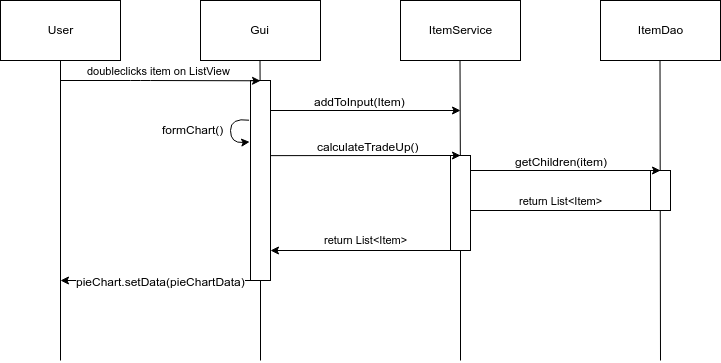
Above: dokumentaatio/tradeupCalculation.png in viljamiLatvala/CS-GO-Trade-Up-Calculator (draw.io), before the change. Source tidied: cells renumbered, new cells last; positions are measured from the earlier drawing's top-left corner, leaving out a move shared by most shapes. The source it was exported from:
```xml
<mxGraphModel>
  <root>
    <mxCell id="0" />
    <mxCell id="1" parent="0" />
    <mxCell id="2" value="User" style="rounded=0;whiteSpace=wrap;html=1;" parent="1" vertex="1">
      <mxGeometry width="120" height="60" as="geometry" />
    </mxCell>
    <mxCell id="3" value="Gui" style="rounded=0;whiteSpace=wrap;html=1;" parent="1" vertex="1">
      <mxGeometry x="200" width="120" height="60" as="geometry" />
    </mxCell>
    <mxCell id="4" value="ItemService" style="rounded=0;whiteSpace=wrap;html=1;" parent="1" vertex="1">
      <mxGeometry x="400" width="120" height="60" as="geometry" />
    </mxCell>
    <mxCell id="5" value="ItemDao" style="rounded=0;whiteSpace=wrap;html=1;" parent="1" vertex="1">
      <mxGeometry x="600" width="120" height="60" as="geometry" />
    </mxCell>
    <mxCell id="6" style="endArrow=none;html=1;" parent="1" edge="1">
      <mxGeometry relative="1" as="geometry">
        <mxPoint x="60" y="360" as="sourcePoint" />
        <mxPoint x="60" y="60" as="targetPoint" />
      </mxGeometry>
    </mxCell>
    <mxCell id="7" style="endArrow=none;html=1;" parent="1" edge="1" source="18">
      <mxGeometry relative="1" as="geometry">
        <mxPoint x="259.5" y="60" as="targetPoint" />
      </mxGeometry>
    </mxCell>
    <mxCell id="8" style="endArrow=none;html=1;" parent="1" edge="1" source="23">
      <mxGeometry relative="1" as="geometry">
        <mxPoint x="459.5" y="60" as="targetPoint" />
      </mxGeometry>
    </mxCell>
    <mxCell id="9" style="endArrow=none;html=1;" parent="1" edge="1">
      <mxGeometry relative="1" as="geometry">
        <mxPoint x="660" y="360" as="sourcePoint" />
        <mxPoint x="659.5" y="60" as="targetPoint" />
      </mxGeometry>
    </mxCell>
    <mxCell id="10" style="endArrow=classic;html=1;endFill=1;" parent="1" edge="1">
      <mxGeometry relative="1" as="geometry">
        <mxPoint x="260" y="110" as="sourcePoint" />
        <mxPoint x="460" y="110" as="targetPoint" />
      </mxGeometry>
    </mxCell>
    <mxCell id="11" value="addToInput(Item)" style="text;html=1;align=center;verticalAlign=middle;labelBackgroundColor=#ffffff;" parent="10" vertex="1">
      <mxGeometry x="-0.18" y="2" relative="1" as="geometry">
        <mxPoint x="18" y="-8" as="offset" />
      </mxGeometry>
    </mxCell>
    <mxCell id="12" style="curved=1;endArrow=none;html=1;entryX=-0.071;entryY=0.142;entryDx=0;entryDy=0;endFill=0;startArrow=classic;startFill=1;entryPerimeter=0;exitX=-0.043;exitY=0.219;exitDx=0;exitDy=0;exitPerimeter=0;" parent="1" edge="1">
      <mxGeometry relative="1" as="geometry">
        <mxPoint x="249.1" y="141.4" as="sourcePoint" />
        <mxPoint x="248.6" y="119.7" as="targetPoint" />
        <Array as="points">
          <mxPoint x="230" y="143" />
          <mxPoint x="230" y="117" />
        </Array>
      </mxGeometry>
    </mxCell>
    <mxCell id="13" value="formChart()" style="text;html=1;align=left;verticalAlign=top;spacingTop=-4;" parent="1" vertex="1">
      <mxGeometry x="160" y="120" width="80" height="20" as="geometry" />
    </mxCell>
    <mxCell id="14" value="return List&amp;lt;Item&amp;gt;" style="endArrow=none;html=1;startArrow=classic;startFill=1;" parent="1" edge="1">
      <mxGeometry y="10" relative="1" as="geometry">
        <mxPoint x="460" y="210" as="sourcePoint" />
        <mxPoint x="660" y="210" as="targetPoint" />
      </mxGeometry>
    </mxCell>
    <mxCell id="15" value="return List&amp;lt;Item&amp;gt;" style="endArrow=none;html=1;startArrow=classic;startFill=1;" parent="1" edge="1">
      <mxGeometry y="10" relative="1" as="geometry">
        <mxPoint x="270" y="250" as="sourcePoint" />
        <mxPoint x="460" y="250" as="targetPoint" />
      </mxGeometry>
    </mxCell>
    <mxCell id="16" style="endArrow=none;html=1;startArrow=classic;startFill=1;" parent="1" edge="1">
      <mxGeometry relative="1" as="geometry">
        <mxPoint x="60" y="280" as="sourcePoint" />
        <mxPoint x="250" y="280" as="targetPoint" />
      </mxGeometry>
    </mxCell>
    <mxCell id="17" value="pieChart.setData(pieChartData)" style="text;html=1;align=center;verticalAlign=middle;labelBackgroundColor=#ffffff;" parent="16" vertex="1">
      <mxGeometry x="-0.08" relative="1" as="geometry">
        <mxPoint x="12.5" as="offset" />
      </mxGeometry>
    </mxCell>
    <mxCell id="18" style="rounded=0;whiteSpace=wrap;html=1;" parent="1" vertex="1">
      <mxGeometry x="250" y="80" width="20" height="200" as="geometry" />
    </mxCell>
    <mxCell id="19" style="endArrow=none;html=1;" parent="1" edge="1" target="18">
      <mxGeometry relative="1" as="geometry">
        <mxPoint x="260" y="360" as="sourcePoint" />
      </mxGeometry>
    </mxCell>
    <mxCell id="20" style="rounded=0;whiteSpace=wrap;html=1;" parent="1" vertex="1">
      <mxGeometry x="650" y="170" width="20" height="40" as="geometry" />
    </mxCell>
    <mxCell id="21" style="endArrow=classic;html=1;endFill=1;" parent="1" edge="1">
      <mxGeometry relative="1" as="geometry">
        <mxPoint x="460" y="170" as="sourcePoint" />
        <mxPoint x="660" y="170" as="targetPoint" />
      </mxGeometry>
    </mxCell>
    <mxCell id="22" value="getChildren(item)" style="text;html=1;align=center;verticalAlign=middle;labelBackgroundColor=#ffffff;" parent="21" vertex="1">
      <mxGeometry x="-0.12" y="-1" relative="1" as="geometry">
        <mxPoint x="12" y="-11" as="offset" />
      </mxGeometry>
    </mxCell>
    <mxCell id="23" style="rounded=0;whiteSpace=wrap;html=1;" parent="1" vertex="1">
      <mxGeometry x="450" y="155" width="20" height="95" as="geometry" />
    </mxCell>
    <mxCell id="24" style="endArrow=none;html=1;" parent="1" edge="1" target="23">
      <mxGeometry relative="1" as="geometry">
        <mxPoint x="460" y="360" as="sourcePoint" />
      </mxGeometry>
    </mxCell>
    <mxCell id="25" style="endArrow=classic;html=1;exitX=1.014;exitY=0.268;exitDx=0;exitDy=0;endFill=1;exitPerimeter=0;" parent="1" edge="1">
      <mxGeometry relative="1" as="geometry">
        <mxPoint x="270.3" y="155.1" as="sourcePoint" />
        <mxPoint x="460" y="155" as="targetPoint" />
      </mxGeometry>
    </mxCell>
    <mxCell id="26" value="calculateTradeUp()" style="text;html=1;align=center;verticalAlign=middle;labelBackgroundColor=#ffffff;" parent="25" vertex="1">
      <mxGeometry x="-0.14" y="-1" relative="1" as="geometry">
        <mxPoint x="15.5" y="-11" as="offset" />
      </mxGeometry>
    </mxCell>
    <mxCell id="27" value="doubleclicks item on ListView&amp;nbsp;" style="endArrow=classic;html=1;endFill=1;entryX=0.5;entryY=0;entryDx=0;entryDy=0;" parent="1" edge="1">
      <mxGeometry y="10" relative="1" as="geometry">
        <mxPoint x="60" y="80" as="sourcePoint" />
        <mxPoint x="260" y="80.3" as="targetPoint" />
        <Array as="points">
          <mxPoint x="140" y="80" />
        </Array>
      </mxGeometry>
    </mxCell>
  </root>
</mxGraphModel>
```
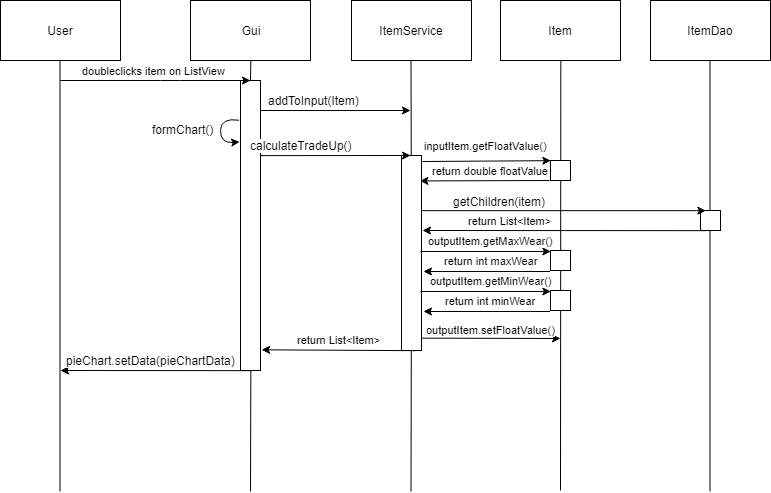
After the commit.

Change to the diagram source:
```diff
@@ -3,135 +3,180 @@
     <mxCell id="0" />
     <mxCell id="1" parent="0" />
     <mxCell id="2" value="User" style="rounded=0;whiteSpace=wrap;html=1;" parent="1" vertex="1">
-      <mxGeometry width="120" height="60" as="geometry" />
+      <mxGeometry x="10" width="120" height="60" as="geometry" />
     </mxCell>
     <mxCell id="3" value="Gui" style="rounded=0;whiteSpace=wrap;html=1;" parent="1" vertex="1">
       <mxGeometry x="200" width="120" height="60" as="geometry" />
     </mxCell>
     <mxCell id="4" value="ItemService" style="rounded=0;whiteSpace=wrap;html=1;" parent="1" vertex="1">
-      <mxGeometry x="400" width="120" height="60" as="geometry" />
+      <mxGeometry x="361" width="120" height="60" as="geometry" />
     </mxCell>
     <mxCell id="5" value="ItemDao" style="rounded=0;whiteSpace=wrap;html=1;" parent="1" vertex="1">
-      <mxGeometry x="600" width="120" height="60" as="geometry" />
+      <mxGeometry x="660" width="120" height="60" as="geometry" />
     </mxCell>
-    <mxCell id="6" style="endArrow=none;html=1;" parent="1" edge="1">
-      <mxGeometry relative="1" as="geometry">
-        <mxPoint x="60" y="360" as="sourcePoint" />
-        <mxPoint x="60" y="60" as="targetPoint" />
-      </mxGeometry>
-    </mxCell>
-    <mxCell id="7" style="endArrow=none;html=1;" parent="1" edge="1" source="18">
-      <mxGeometry relative="1" as="geometry">
-        <mxPoint x="259.5" y="60" as="targetPoint" />
-      </mxGeometry>
-    </mxCell>
-    <mxCell id="8" style="endArrow=none;html=1;" parent="1" edge="1" source="23">
-      <mxGeometry relative="1" as="geometry">
-        <mxPoint x="459.5" y="60" as="targetPoint" />
-      </mxGeometry>
-    </mxCell>
-    <mxCell id="9" style="endArrow=none;html=1;" parent="1" edge="1">
-      <mxGeometry relative="1" as="geometry">
-        <mxPoint x="660" y="360" as="sourcePoint" />
-        <mxPoint x="659.5" y="60" as="targetPoint" />
-      </mxGeometry>
-    </mxCell>
-    <mxCell id="10" style="endArrow=classic;html=1;endFill=1;" parent="1" edge="1">
-      <mxGeometry relative="1" as="geometry">
-        <mxPoint x="260" y="110" as="sourcePoint" />
-        <mxPoint x="460" y="110" as="targetPoint" />
-      </mxGeometry>
-    </mxCell>
+    <mxCell id="28" style="endArrow=none;html=1;" parent="1" edge="1">
+      <mxGeometry relative="1" as="geometry">
+        <mxPoint x="69.5" y="491" as="sourcePoint" />
+        <mxPoint x="69.5" y="60" as="targetPoint" />
+      </mxGeometry>
+    </mxCell>
+    <mxCell id="29" style="endArrow=none;html=1;entryX=0.5;entryY=1;entryDx=0;entryDy=0;" parent="1" edge="1" target="3">
+      <mxGeometry relative="1" as="geometry">
+        <mxPoint x="260" y="80" as="sourcePoint" />
+      </mxGeometry>
+    </mxCell>
+    <mxCell id="30" style="endArrow=none;html=1;" parent="1" edge="1" source="41">
+      <mxGeometry relative="1" as="geometry">
+        <mxPoint x="420.5" y="60" as="targetPoint" />
+      </mxGeometry>
+    </mxCell>
+    <mxCell id="31" style="endArrow=none;html=1;" parent="1" edge="1">
+      <mxGeometry relative="1" as="geometry">
+        <mxPoint x="719.5" y="491" as="sourcePoint" />
+        <mxPoint x="719.5" y="60" as="targetPoint" />
+      </mxGeometry>
+    </mxCell>
+    <mxCell id="32" style="endArrow=classic;html=1;endFill=1;" parent="1" edge="1">
+      <mxGeometry relative="1" as="geometry">
+        <mxPoint x="260" y="110" as="sourcePoint" />
+        <mxPoint x="420" y="110" as="targetPoint" />
+      </mxGeometry>
+    </mxCell>
-    <mxCell id="11" value="addToInput(Item)" style="text;html=1;align=center;verticalAlign=middle;labelBackgroundColor=#ffffff;" parent="10" vertex="1">
+    <mxCell id="11" value="addToInput(Item)" style="text;html=1;align=center;verticalAlign=middle;labelBackgroundColor=#ffffff;" parent="32" vertex="1">
       <mxGeometry x="-0.18" y="2" relative="1" as="geometry">
-        <mxPoint x="18" y="-8" as="offset" />
+        <mxPoint x="-2" y="-8" as="offset" />
       </mxGeometry>
     </mxCell>
-    <mxCell id="12" style="curved=1;endArrow=none;html=1;entryX=-0.071;entryY=0.142;entryDx=0;entryDy=0;endFill=0;startArrow=classic;startFill=1;entryPerimeter=0;exitX=-0.043;exitY=0.219;exitDx=0;exitDy=0;exitPerimeter=0;" parent="1" edge="1">
-      <mxGeometry relative="1" as="geometry">
-        <mxPoint x="249.1" y="141.4" as="sourcePoint" />
-        <mxPoint x="248.6" y="119.7" as="targetPoint" />
-        <Array as="points">
-          <mxPoint x="230" y="143" />
-          <mxPoint x="230" y="117" />
-        </Array>
-      </mxGeometry>
-    </mxCell>
+    <mxCell id="33" style="curved=1;endArrow=none;html=1;entryX=-0.071;entryY=0.142;entryDx=0;entryDy=0;endFill=0;startArrow=classic;startFill=1;entryPerimeter=0;exitX=-0.043;exitY=0.219;exitDx=0;exitDy=0;exitPerimeter=0;" parent="1" edge="1">
+      <mxGeometry relative="1" as="geometry">
+        <mxPoint x="249.1" y="141.4" as="sourcePoint" />
+        <mxPoint x="248.6" y="119.7" as="targetPoint" />
+        <Array as="points">
+          <mxPoint x="230" y="143" />
+          <mxPoint x="230" y="117" />
+        </Array>
+      </mxGeometry>
+    </mxCell>
     <mxCell id="13" value="formChart()" style="text;html=1;align=left;verticalAlign=top;spacingTop=-4;" parent="1" vertex="1">
       <mxGeometry x="160" y="120" width="80" height="20" as="geometry" />
     </mxCell>
-    <mxCell id="14" value="return List&amp;lt;Item&amp;gt;" style="endArrow=none;html=1;startArrow=classic;startFill=1;" parent="1" edge="1">
-      <mxGeometry y="10" relative="1" as="geometry">
-        <mxPoint x="460" y="210" as="sourcePoint" />
-        <mxPoint x="660" y="210" as="targetPoint" />
-      </mxGeometry>
-    </mxCell>
-    <mxCell id="15" value="return List&amp;lt;Item&amp;gt;" style="endArrow=none;html=1;startArrow=classic;startFill=1;" parent="1" edge="1">
-      <mxGeometry y="10" relative="1" as="geometry">
-        <mxPoint x="270" y="250" as="sourcePoint" />
-        <mxPoint x="460" y="250" as="targetPoint" />
-      </mxGeometry>
-    </mxCell>
-    <mxCell id="16" style="endArrow=none;html=1;startArrow=classic;startFill=1;" parent="1" edge="1">
-      <mxGeometry relative="1" as="geometry">
-        <mxPoint x="60" y="280" as="sourcePoint" />
-        <mxPoint x="250" y="280" as="targetPoint" />
-      </mxGeometry>
-    </mxCell>
+    <mxCell id="34" value="return List&amp;lt;Item&amp;gt;" style="endArrow=none;html=1;startArrow=classic;startFill=1;entryX=0.25;entryY=1;entryDx=0;entryDy=0;" parent="1" edge="1" target="39">
+      <mxGeometry x="-0.38" y="10" relative="1" as="geometry">
+        <mxPoint x="432" y="230" as="sourcePoint" />
+      </mxGeometry>
+    </mxCell>
+    <mxCell id="35" value="return List&amp;lt;Item&amp;gt;" style="endArrow=none;html=1;startArrow=classic;startFill=1;entryX=0.75;entryY=1;entryDx=0;entryDy=0;exitX=1.05;exitY=0.93;exitDx=0;exitDy=0;exitPerimeter=0;" parent="1" edge="1" source="37" target="41">
+      <mxGeometry y="10" relative="1" as="geometry" />
+    </mxCell>
+    <mxCell id="36" style="endArrow=none;html=1;startArrow=classic;startFill=1;entryX=0.5;entryY=1;entryDx=0;entryDy=0;" parent="1" edge="1" target="37">
+      <mxGeometry relative="1" as="geometry">
+        <mxPoint x="70" y="370" as="sourcePoint" />
+      </mxGeometry>
+    </mxCell>
-    <mxCell id="17" value="pieChart.setData(pieChartData)" style="text;html=1;align=center;verticalAlign=middle;labelBackgroundColor=#ffffff;" parent="16" vertex="1">
+    <mxCell id="17" value="pieChart.setData(pieChartData)" style="text;html=1;align=center;verticalAlign=middle;labelBackgroundColor=#ffffff;" parent="36" vertex="1">
       <mxGeometry x="-0.08" relative="1" as="geometry">
-        <mxPoint x="12.5" as="offset" />
+        <mxPoint x="2.5" y="-10" as="offset" />
       </mxGeometry>
     </mxCell>
-    <mxCell id="18" style="rounded=0;whiteSpace=wrap;html=1;" parent="1" vertex="1">
-      <mxGeometry x="250" y="80" width="20" height="200" as="geometry" />
-    </mxCell>
-    <mxCell id="19" style="endArrow=none;html=1;" parent="1" edge="1" target="18">
-      <mxGeometry relative="1" as="geometry">
-        <mxPoint x="260" y="360" as="sourcePoint" />
-      </mxGeometry>
-    </mxCell>
-    <mxCell id="20" style="rounded=0;whiteSpace=wrap;html=1;" parent="1" vertex="1">
-      <mxGeometry x="650" y="170" width="20" height="40" as="geometry" />
-    </mxCell>
-    <mxCell id="21" style="endArrow=classic;html=1;endFill=1;" parent="1" edge="1">
-      <mxGeometry relative="1" as="geometry">
-        <mxPoint x="460" y="170" as="sourcePoint" />
-        <mxPoint x="660" y="170" as="targetPoint" />
-      </mxGeometry>
-    </mxCell>
+    <mxCell id="37" style="rounded=0;whiteSpace=wrap;html=1;" parent="1" vertex="1">
+      <mxGeometry x="250" y="80" width="20" height="290" as="geometry" />
+    </mxCell>
+    <mxCell id="38" style="endArrow=none;html=1;entryX=0.5;entryY=1;entryDx=0;entryDy=0;" parent="1" edge="1" target="37">
+      <mxGeometry relative="1" as="geometry">
+        <mxPoint x="260" y="491" as="sourcePoint" />
+      </mxGeometry>
+    </mxCell>
+    <mxCell id="39" style="rounded=0;whiteSpace=wrap;html=1;" parent="1" vertex="1">
+      <mxGeometry x="710" y="210" width="20" height="20" as="geometry" />
+    </mxCell>
+    <mxCell id="40" style="endArrow=classic;html=1;endFill=1;exitX=0.943;exitY=0.283;exitDx=0;exitDy=0;exitPerimeter=0;entryX=0.25;entryY=0;entryDx=0;entryDy=0;" parent="1" edge="1" source="41" target="39">
+      <mxGeometry relative="1" as="geometry" />
+    </mxCell>
-    <mxCell id="22" value="getChildren(item)" style="text;html=1;align=center;verticalAlign=middle;labelBackgroundColor=#ffffff;" parent="21" vertex="1">
+    <mxCell id="22" value="getChildren(item)" style="text;html=1;align=center;verticalAlign=middle;labelBackgroundColor=#ffffff;" parent="40" vertex="1">
       <mxGeometry x="-0.12" y="-1" relative="1" as="geometry">
-        <mxPoint x="12" y="-11" as="offset" />
+        <mxPoint x="-47" y="-10.5" as="offset" />
       </mxGeometry>
     </mxCell>
-    <mxCell id="23" style="rounded=0;whiteSpace=wrap;html=1;" parent="1" vertex="1">
-      <mxGeometry x="450" y="155" width="20" height="95" as="geometry" />
-    </mxCell>
-    <mxCell id="24" style="endArrow=none;html=1;" parent="1" edge="1" target="23">
-      <mxGeometry relative="1" as="geometry">
-        <mxPoint x="460" y="360" as="sourcePoint" />
-      </mxGeometry>
-    </mxCell>
-    <mxCell id="25" style="endArrow=classic;html=1;exitX=1.014;exitY=0.268;exitDx=0;exitDy=0;endFill=1;exitPerimeter=0;" parent="1" edge="1">
-      <mxGeometry relative="1" as="geometry">
-        <mxPoint x="270.3" y="155.1" as="sourcePoint" />
-        <mxPoint x="460" y="155" as="targetPoint" />
-      </mxGeometry>
-    </mxCell>
+    <mxCell id="41" style="rounded=0;whiteSpace=wrap;html=1;" parent="1" vertex="1">
+      <mxGeometry x="411" y="155" width="20" height="195" as="geometry" />
+    </mxCell>
+    <mxCell id="42" style="endArrow=none;html=1;" parent="1" edge="1" target="41">
+      <mxGeometry relative="1" as="geometry">
+        <mxPoint x="420.5" y="491" as="sourcePoint" />
+      </mxGeometry>
+    </mxCell>
+    <mxCell id="43" style="endArrow=classic;html=1;exitX=1.014;exitY=0.268;exitDx=0;exitDy=0;endFill=1;exitPerimeter=0;" parent="1" edge="1">
+      <mxGeometry relative="1" as="geometry">
+        <mxPoint x="270.3" y="155.1" as="sourcePoint" />
+        <mxPoint x="420" y="155" as="targetPoint" />
+      </mxGeometry>
+    </mxCell>
-    <mxCell id="26" value="calculateTradeUp()" style="text;html=1;align=center;verticalAlign=middle;labelBackgroundColor=#ffffff;" parent="25" vertex="1">
+    <mxCell id="26" value="calculateTradeUp()" style="text;html=1;align=center;verticalAlign=middle;labelBackgroundColor=#ffffff;" parent="43" vertex="1">
       <mxGeometry x="-0.14" y="-1" relative="1" as="geometry">
-        <mxPoint x="15.5" y="-11" as="offset" />
+        <mxPoint x="-23.5" y="-11" as="offset" />
       </mxGeometry>
     </mxCell>
-    <mxCell id="27" value="doubleclicks item on ListView&amp;nbsp;" style="endArrow=classic;html=1;endFill=1;entryX=0.5;entryY=0;entryDx=0;entryDy=0;" parent="1" edge="1">
+    <mxCell id="27" value="doubleclicks item on ListView&amp;nbsp;" style="endArrow=classic;html=1;endFill=1;" parent="1" edge="1">
       <mxGeometry y="10" relative="1" as="geometry">
-        <mxPoint x="60" y="80" as="sourcePoint" />
-        <mxPoint x="260" y="80.3" as="targetPoint" />
+        <mxPoint x="70" y="80" as="sourcePoint" />
+        <mxPoint x="260" y="80" as="targetPoint" />
         <Array as="points">
-          <mxPoint x="140" y="80" />
+          <mxPoint x="180" y="80" />
         </Array>
       </mxGeometry>
     </mxCell>
+    <mxCell id="44" value="Item" style="rounded=0;whiteSpace=wrap;html=1;" parent="1" vertex="1">
+      <mxGeometry x="510" width="120" height="60" as="geometry" />
+    </mxCell>
+    <mxCell id="45" style="endArrow=none;html=1;entryX=0.5;entryY=1;entryDx=0;entryDy=0;" parent="1" edge="1" target="44">
+      <mxGeometry relative="1" as="geometry">
+        <mxPoint x="570" y="490" as="sourcePoint" />
+      </mxGeometry>
+    </mxCell>
+    <mxCell id="46" value="inputItem.getFloatValue()" style="endArrow=classic;html=1;entryX=0.008;entryY=0.029;entryDx=0;entryDy=0;entryPerimeter=0;" parent="1" edge="1" target="47">
+      <mxGeometry x="-0.01" y="15" relative="1" as="geometry">
+        <mxPoint x="432" y="161" as="sourcePoint" />
+      </mxGeometry>
+    </mxCell>
+    <mxCell id="47" style="rounded=0;whiteSpace=wrap;html=1;" parent="1" vertex="1">
+      <mxGeometry x="560" y="160" width="20" height="20" as="geometry" />
+    </mxCell>
+    <mxCell id="48" value="return double floatValue" style="endArrow=classic;html=1;entryX=0.98;entryY=0.221;entryDx=0;entryDy=0;entryPerimeter=0;" parent="1" edge="1">
+      <mxGeometry x="-0.09" y="-10" relative="1" as="geometry">
+        <mxPoint x="559" y="180" as="sourcePoint" />
+        <mxPoint x="429.4" y="180.4" as="targetPoint" />
+      </mxGeometry>
+    </mxCell>
+    <mxCell id="49" style="rounded=0;whiteSpace=wrap;html=1;" parent="1" vertex="1">
+      <mxGeometry x="560" y="250" width="20" height="20" as="geometry" />
+    </mxCell>
+    <mxCell id="50" value="outputItem.getMaxWear()" style="endArrow=classic;html=1;entryX=0.036;entryY=0.064;entryDx=0;entryDy=0;entryPerimeter=0;" parent="1" edge="1" target="49">
+      <mxGeometry x="0.07" y="11" relative="1" as="geometry">
+        <mxPoint x="430" y="251" as="sourcePoint" />
+      </mxGeometry>
+    </mxCell>
+    <mxCell id="51" value="return int maxWear" style="endArrow=classic;html=1;exitX=-0.021;exitY=1.036;exitDx=0;exitDy=0;exitPerimeter=0;" parent="1" edge="1" source="49">
+      <mxGeometry x="-0.06" y="-11" relative="1" as="geometry">
+        <mxPoint x="433" y="271" as="targetPoint" />
+      </mxGeometry>
+    </mxCell>
+    <mxCell id="52" value="outputItem.setFloatValue()" style="endArrow=classic;html=1;exitX=1;exitY=0.936;exitDx=0;exitDy=0;exitPerimeter=0;" parent="1" edge="1" source="41">
+      <mxGeometry x="-0.01" y="8" relative="1" as="geometry">
+        <mxPoint x="570" y="338" as="targetPoint" />
+      </mxGeometry>
+    </mxCell>
+    <mxCell id="53" style="rounded=0;whiteSpace=wrap;html=1;" parent="1" vertex="1">
+      <mxGeometry x="560" y="290" width="20" height="20" as="geometry" />
+    </mxCell>
+    <mxCell id="54" value="outputItem.getMinWear()" style="endArrow=classic;html=1;entryX=0.036;entryY=0.064;entryDx=0;entryDy=0;entryPerimeter=0;" parent="1" edge="1" target="53">
+      <mxGeometry x="0.07" y="11" relative="1" as="geometry">
+        <mxPoint x="430" y="291" as="sourcePoint" />
+      </mxGeometry>
+    </mxCell>
+    <mxCell id="55" value="return int minWear" style="endArrow=classic;html=1;exitX=-0.021;exitY=1.036;exitDx=0;exitDy=0;exitPerimeter=0;" parent="1" edge="1" source="53">
+      <mxGeometry x="-0.06" y="-11" relative="1" as="geometry">
+        <mxPoint x="433" y="311" as="targetPoint" />
+      </mxGeometry>
+    </mxCell>
   </root>
 </mxGraphModel>
```
